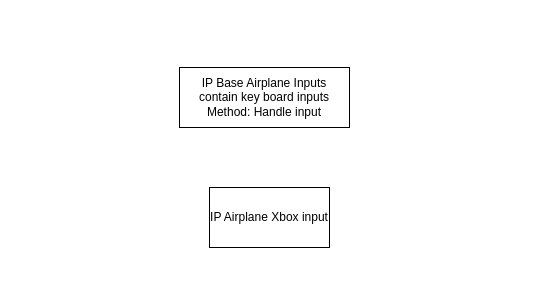
Earlier version of the draw.io diagram IPs_Airplane.drawio (WagnerDavi/Airplane_Physics_Game). Source tidied: cells renumbered, new cells numbered last; positions are measured from the earlier drawing's top-left corner, leaving out a move shared by most shapes. Both pictures are drawn from the tidied source at 100%, with x=0, y=0 at pixel (179, 67).
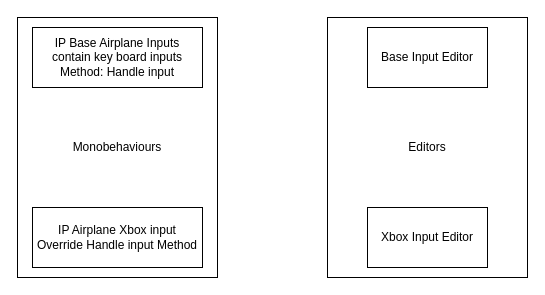
The same page after the edit.

Diff of the diagram source:
```diff
@@
 <mxGraphModel>
   <root>
     <mxCell id="0" />
     <mxCell id="1" parent="0" />
+    <mxCell id="4" value="Editors" style="rounded=0;whiteSpace=wrap;html=1;" parent="1" vertex="1">
+      <mxGeometry x="148" y="-50" width="200" height="260" as="geometry" />
+    </mxCell>
+    <mxCell id="5" value="Monobehaviours" style="rounded=0;whiteSpace=wrap;html=1;" parent="1" vertex="1">
+      <mxGeometry x="-162" y="-50" width="200" height="260" as="geometry" />
+    </mxCell>
     <mxCell id="2" value="IP Base Airplane Inputs&lt;br&gt;contain key board inputs&lt;br&gt;Method: Handle input&lt;br&gt;" style="rounded=0;whiteSpace=wrap;html=1;" parent="1" vertex="1">
-      <mxGeometry width="170" height="60" as="geometry" />
+      <mxGeometry x="-147" y="-40" width="170" height="60" as="geometry" />
     </mxCell>
-    <mxCell id="3" value="IP Airplane Xbox input" style="rounded=0;whiteSpace=wrap;html=1;" parent="1" vertex="1">
-      <mxGeometry x="30" y="120" width="120" height="60" as="geometry" />
+    <mxCell id="3" value="IP Airplane Xbox input&lt;br&gt;Override Handle input Method" style="rounded=0;whiteSpace=wrap;html=1;" parent="1" vertex="1">
+      <mxGeometry x="-147" y="140" width="170" height="60" as="geometry" />
     </mxCell>
+    <mxCell id="6" value="Base Input Editor" style="rounded=0;whiteSpace=wrap;html=1;" parent="1" vertex="1">
+      <mxGeometry x="188" y="-40" width="120" height="60" as="geometry" />
+    </mxCell>
+    <mxCell id="7" value="Xbox Input Editor" style="rounded=0;whiteSpace=wrap;html=1;" parent="1" vertex="1">
+      <mxGeometry x="188" y="140" width="120" height="60" as="geometry" />
+    </mxCell>
   </root>
 </mxGraphModel>
```
